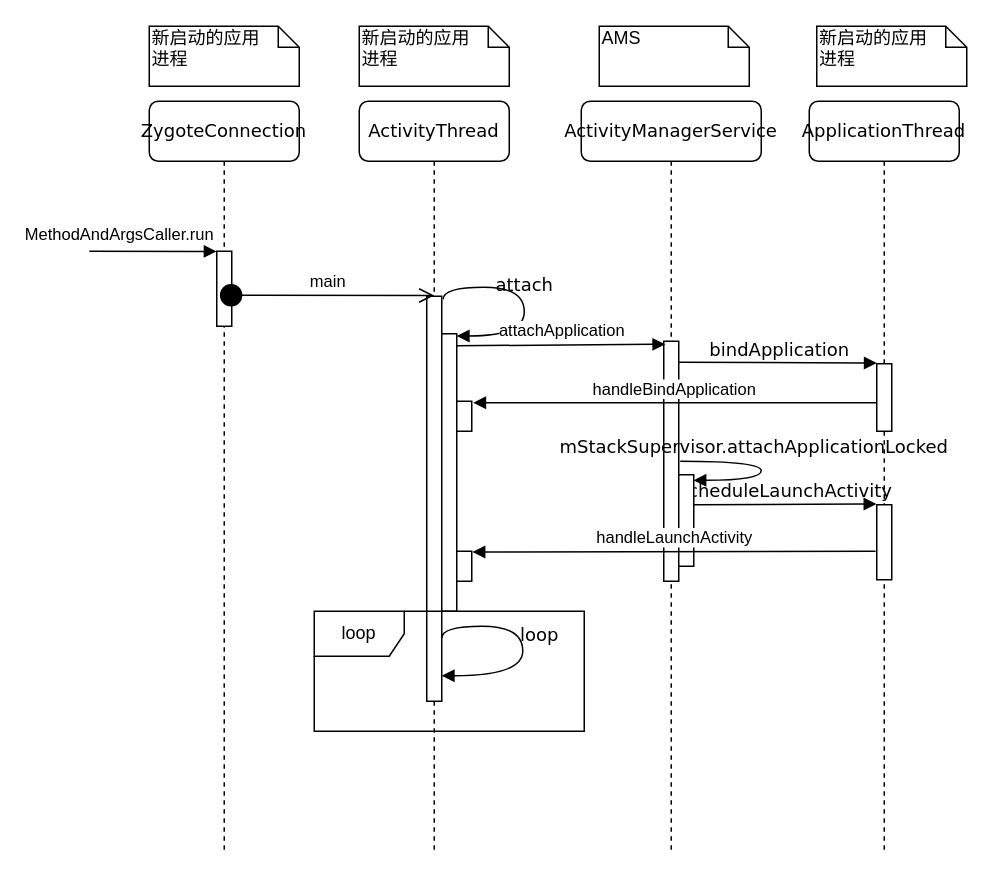
january147/Graduation_Project keeps this draw.io diagram as thesis/figure_intermediate/app_start2.drawio. Above is the earlier version. Source tidied: cells renumbered, new cells numbered last; positions are measured from the earlier drawing's top-left corner, leaving out a move shared by most shapes. Both pictures are drawn from the tidied source at 150%, with x=0, y=0 at pixel (88, 26).
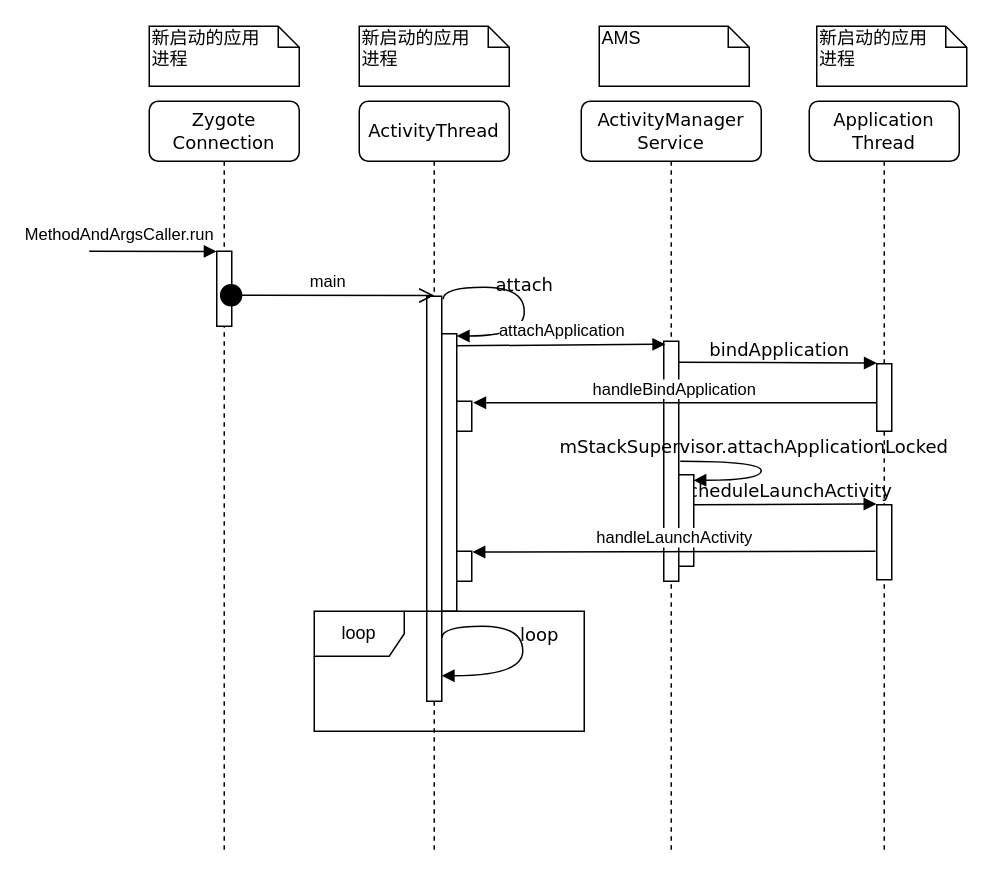
After the change.

What changed in the source:
```diff
@@
-    <mxCell id="4" value="ActivityManagerService" style="shape=umlLifeline;perimeter=lifelinePerimeter;whiteSpace=wrap;html=1;rounded=1;shadow=0;comic=0;labelBackgroundColor=none;strokeColor=#000000;strokeWidth=1;fillColor=#FFFFFF;fontFamily=Verdana;fontSize=12;fontColor=#000000;align=center;" parent="1" vertex="1">
+    <mxCell id="4" value="ActivityManager&lt;br&gt;Service" style="shape=umlLifeline;perimeter=lifelinePerimeter;whiteSpace=wrap;html=1;rounded=1;shadow=0;comic=0;labelBackgroundColor=none;strokeColor=#000000;strokeWidth=1;fillColor=#FFFFFF;fontFamily=Verdana;fontSize=12;fontColor=#000000;align=center;" parent="1" vertex="1">
       <mxGeometry x="328" y="50" width="120" height="500" as="geometry" />
     </mxCell>
@@
-    <mxCell id="6" value="ApplicationThread" style="shape=umlLifeline;perimeter=lifelinePerimeter;whiteSpace=wrap;html=1;rounded=1;shadow=0;comic=0;labelBackgroundColor=none;strokeColor=#000000;strokeWidth=1;fillColor=#FFFFFF;fontFamily=Verdana;fontSize=12;fontColor=#000000;align=center;" parent="1" vertex="1">
+    <mxCell id="6" value="Application&lt;br&gt;Thread" style="shape=umlLifeline;perimeter=lifelinePerimeter;whiteSpace=wrap;html=1;rounded=1;shadow=0;comic=0;labelBackgroundColor=none;strokeColor=#000000;strokeWidth=1;fillColor=#FFFFFF;fontFamily=Verdana;fontSize=12;fontColor=#000000;align=center;" parent="1" vertex="1">
       <mxGeometry x="480" y="50" width="100" height="500" as="geometry" />
     </mxCell>
@@
-    <mxCell id="8" value="ZygoteConnection" style="shape=umlLifeline;perimeter=lifelinePerimeter;whiteSpace=wrap;html=1;rounded=1;shadow=0;comic=0;labelBackgroundColor=none;strokeColor=#000000;strokeWidth=1;fillColor=#FFFFFF;fontFamily=Verdana;fontSize=12;fontColor=#000000;align=center;" parent="1" vertex="1">
+    <mxCell id="8" value="Zygote&lt;br&gt;Connection" style="shape=umlLifeline;perimeter=lifelinePerimeter;whiteSpace=wrap;html=1;rounded=1;shadow=0;comic=0;labelBackgroundColor=none;strokeColor=#000000;strokeWidth=1;fillColor=#FFFFFF;fontFamily=Verdana;fontSize=12;fontColor=#000000;align=center;" parent="1" vertex="1">
       <mxGeometry x="40" y="50" width="100" height="500" as="geometry" />
     </mxCell>
```
